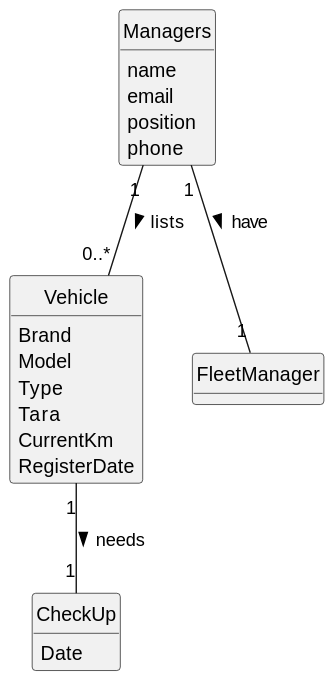
Departamento-de-Engenharia-Informatica/lei-24-s2-1df-1de-g063 keeps this PlantUML diagram as docs/sprintA/us008/02.analysis/svg/us008-domain-model.svg. Above is the earlier version.
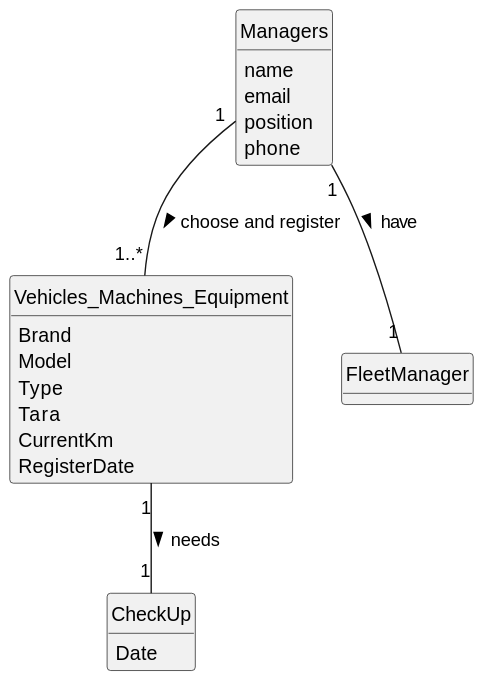
The same file after the commit.

Commit message:
Updated US007/US008 and Domain Model

Change to the diagram source:
```diff
@@ -10,7 +10,7 @@
 hide methods
 
 
-class Vehicle{
+class Vehicles_Machines_Equipment{
  Brand
   Model
   Type
@@ -34,6 +34,6 @@
 }
 
 Managers "1" -- "1" FleetManager : have >
-Vehicle "1" -- "1" CheckUp : needs >
-Managers "1" -- "0..*" Vehicle : lists >
+Vehicles_Machines_Equipment "1" -- "1" CheckUp : needs >
+Managers "1" -- "1..*" Vehicles_Machines_Equipment : choose and register >
 @enduml
```
